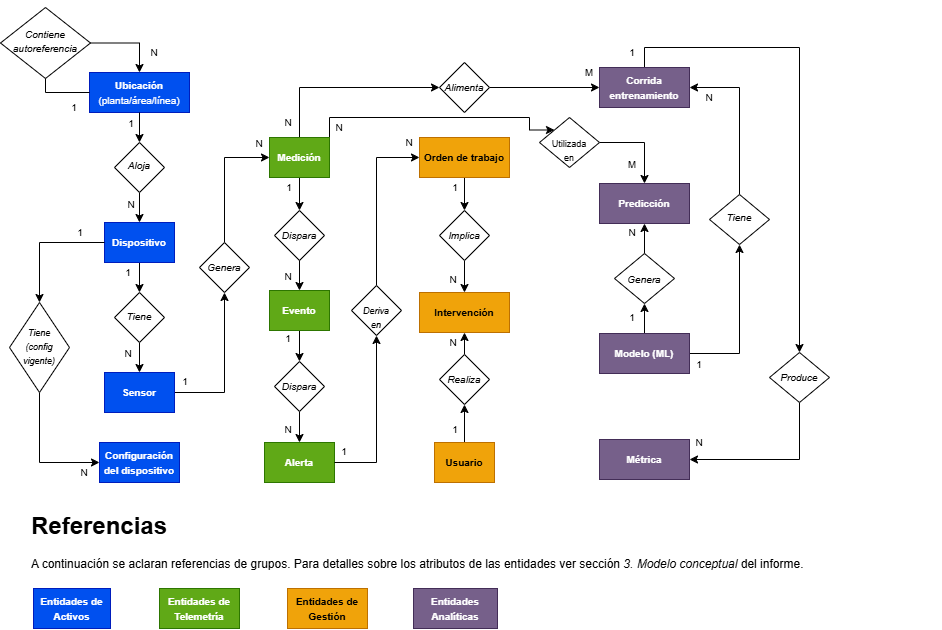
The draw.io diagram docs/modelo_conceptual.png in andocallejas/CEIA_BdD_tp_integrador, before a commit. Source tidied: cells renumbered, new cells last; positions are measured from the earlier drawing's top-left corner, leaving out a move shared by most shapes.
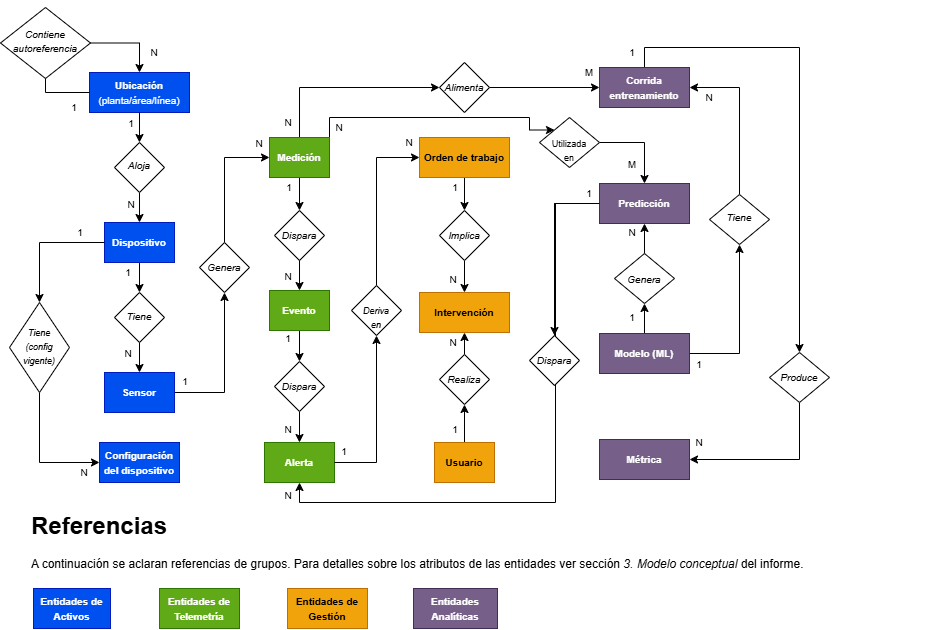
Above is the later version.

Change to the diagram source:
```diff
@@ -204,6 +204,16 @@
     <mxCell id="65" value="&lt;span style=&quot;font-size: 10px;&quot;&gt;&lt;b&gt;Métrica&lt;/b&gt;&lt;/span&gt;" style="rounded=0;whiteSpace=wrap;html=1;fillColor=#76608a;strokeColor=#432D57;fontColor=#ffffff;" parent="1" vertex="1">
       <mxGeometry x="599" y="432" width="90" height="40" as="geometry" />
     </mxCell>
+    <mxCell id="97" style="edgeStyle=orthogonalEdgeStyle;rounded=0;jettySize=auto;html=1;exitX=0.5;exitY=1;exitDx=0;exitDy=0;entryX=0.5;entryY=1;entryDx=0;entryDy=0;" parent="1" edge="1" source="99" target="27">
+      <mxGeometry relative="1" as="geometry">
+        <Array as="points">
+          <mxPoint x="554" y="196" />
+          <mxPoint x="555" y="196" />
+          <mxPoint x="555" y="495" />
+          <mxPoint x="299" y="495" />
+        </Array>
+      </mxGeometry>
+    </mxCell>
     <mxCell id="66" value="&lt;span style=&quot;font-size: 10px;&quot;&gt;&lt;b&gt;Predicción&lt;/b&gt;&lt;/span&gt;" style="rounded=0;whiteSpace=wrap;html=1;fillColor=#76608a;strokeColor=#432D57;fontColor=#ffffff;" parent="1" vertex="1">
       <mxGeometry x="599" y="176" width="90" height="40" as="geometry" />
     </mxCell>
@@ -305,5 +315,17 @@
     <mxCell id="96" value="&lt;span style=&quot;font-size: 10px;&quot;&gt;&lt;b&gt;Entidades Analíticas&lt;/b&gt;&lt;/span&gt;" style="rounded=0;whiteSpace=wrap;html=1;fillColor=#76608a;strokeColor=#432D57;fontColor=#ffffff;" parent="1" vertex="1">
       <mxGeometry x="413" y="581" width="84" height="40" as="geometry" />
     </mxCell>
+    <mxCell id="98" style="edgeStyle=orthogonalEdgeStyle;rounded=0;jettySize=auto;html=1;exitX=0;exitY=0.5;exitDx=0;exitDy=0;entryX=0.5;entryY=0;entryDx=0;entryDy=0;" parent="1" edge="1" source="66" target="99">
+      <mxGeometry relative="1" as="geometry" />
+    </mxCell>
+    <mxCell id="99" value="&lt;font style=&quot;font-size: 10px;&quot;&gt;&lt;i&gt;Dispara&lt;/i&gt;&lt;/font&gt;" style="rhombus;whiteSpace=wrap;html=1;shapeInside=1;" parent="1" vertex="1">
+      <mxGeometry x="529" y="328" width="50" height="50" as="geometry" />
+    </mxCell>
+    <mxCell id="100" value="&lt;font style=&quot;font-size: 10px;&quot;&gt;1&lt;/font&gt;" style="text;html=1;whiteSpace=wrap;strokeColor=none;fillColor=none;align=center;verticalAlign=middle;rounded=0;" parent="1" vertex="1">
+      <mxGeometry x="579" y="176" width="20" height="20" as="geometry" />
+    </mxCell>
+    <mxCell id="101" value="&lt;font style=&quot;font-size: 10px;&quot;&gt;N&lt;/font&gt;" style="text;html=1;whiteSpace=wrap;strokeColor=none;fillColor=none;align=center;verticalAlign=middle;rounded=0;" parent="1" vertex="1">
+      <mxGeometry x="278" y="478" width="20" height="20" as="geometry" />
+    </mxCell>
   </root>
 </mxGraphModel>
```
